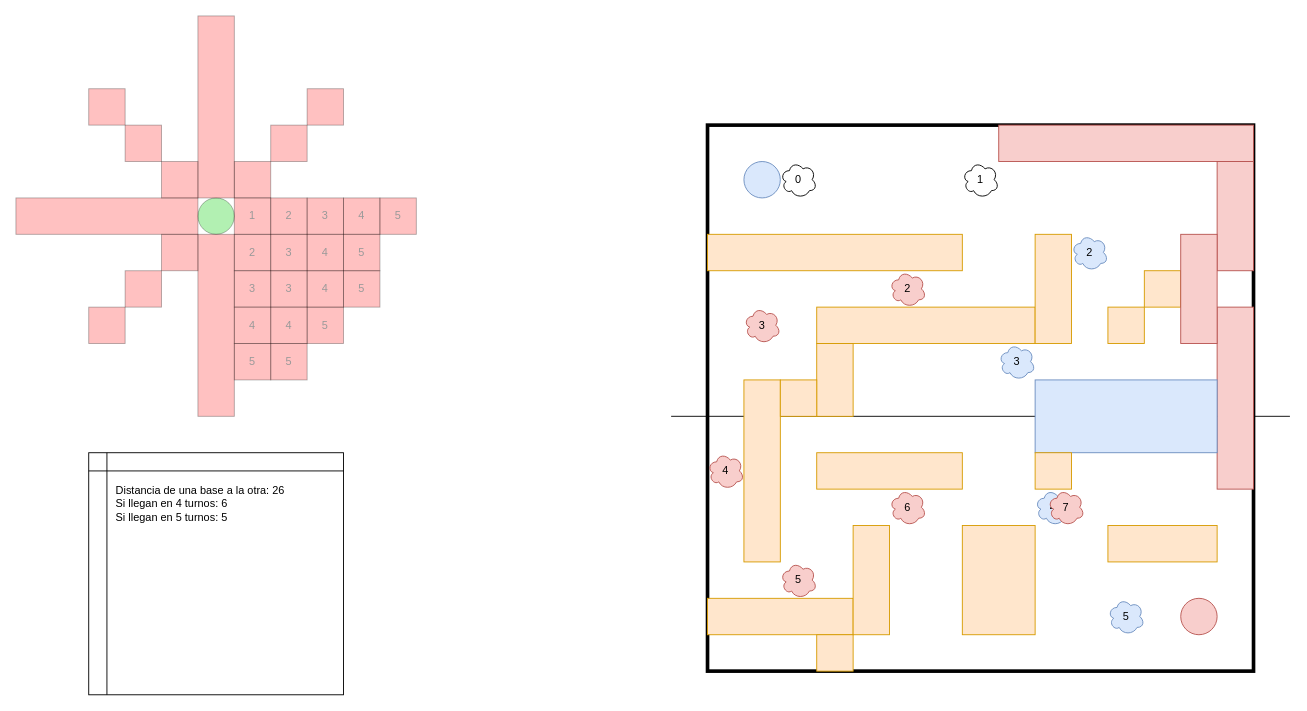
The draw.io diagram RoboRumble.drawio in Pablucas/Personal, before the edit. Source tidied: cells renumbered, new cells numbered last; positions are measured from the earlier drawing's top-left corner, leaving out a move shared by most shapes. Both pictures are drawn from the tidied source at 91%, with x=0, y=0 at pixel (15, 15).
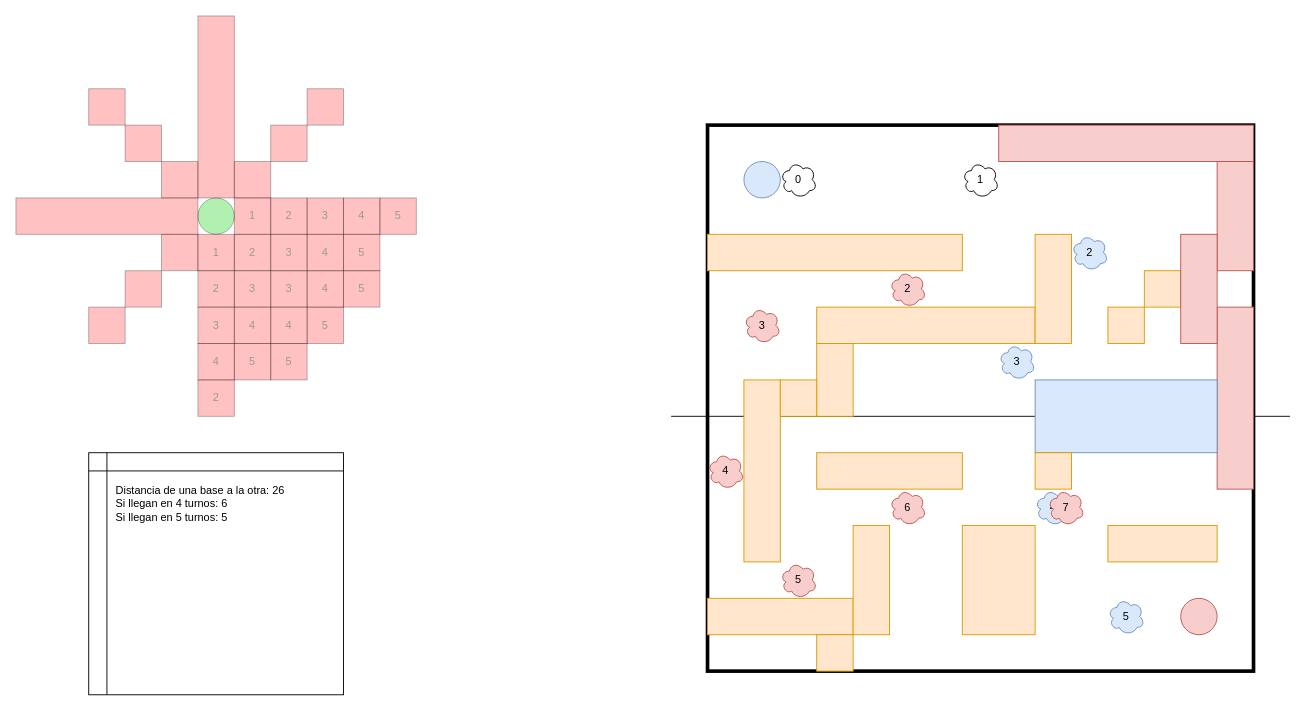
The same page after the edit.

Diff of the diagram source:
```diff
@@
-    <mxCell id="41" style="rounded=0;whiteSpace=wrap;html=1;fillColor=#FF3333;gradientColor=none;opacity=30;direction=south;fontColor=#999999;" parent="1" vertex="1">
-      <mxGeometry x="200" y="240" width="40" height="200" as="geometry" />
-    </mxCell>
@@
+    <mxCell id="70" value="1" style="rounded=0;whiteSpace=wrap;html=1;fillColor=#FF3333;gradientColor=none;opacity=30;direction=south;fontColor=#999999;" parent="1" vertex="1">
+      <mxGeometry x="200" y="240" width="40" height="40" as="geometry" />
+    </mxCell>
+    <mxCell id="71" value="2" style="rounded=0;whiteSpace=wrap;html=1;fillColor=#FF3333;gradientColor=none;opacity=30;direction=south;fontColor=#999999;" parent="1" vertex="1">
+      <mxGeometry x="200" y="280" width="40" height="40" as="geometry" />
+    </mxCell>
+    <mxCell id="72" value="4" style="rounded=0;whiteSpace=wrap;html=1;fillColor=#FF3333;gradientColor=none;opacity=30;direction=south;fontColor=#999999;" parent="1" vertex="1">
+      <mxGeometry x="200" y="360" width="40" height="40" as="geometry" />
+    </mxCell>
+    <mxCell id="73" value="3" style="rounded=0;whiteSpace=wrap;html=1;fillColor=#FF3333;gradientColor=none;opacity=30;direction=south;fontColor=#999999;" parent="1" vertex="1">
+      <mxGeometry x="200" y="320" width="40" height="40" as="geometry" />
+    </mxCell>
+    <mxCell id="74" value="2" style="rounded=0;whiteSpace=wrap;html=1;fillColor=#FF3333;gradientColor=none;opacity=30;direction=south;fontColor=#999999;" parent="1" vertex="1">
+      <mxGeometry x="200" y="400" width="40" height="40" as="geometry" />
+    </mxCell>
```
